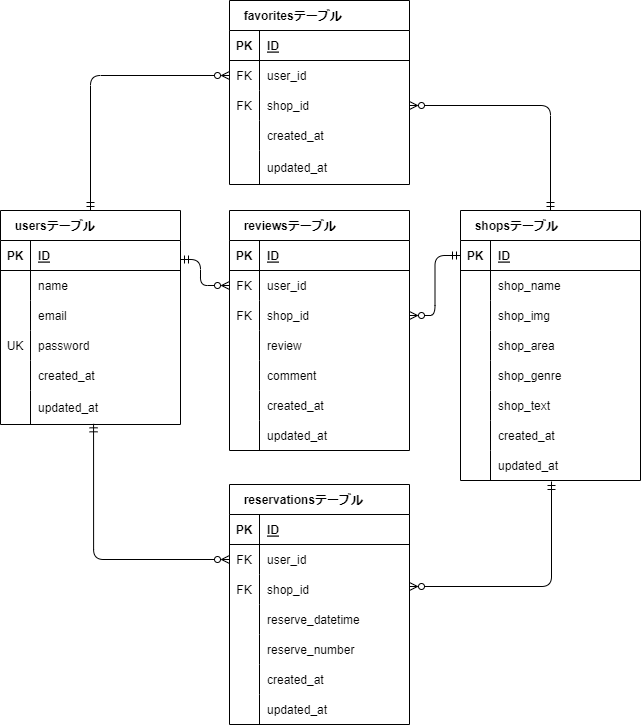
Above: rese.drawio.png in tmdressage/rese (draw.io), before the change. Source tidied: cells renumbered, new cells last; positions are measured from the earlier drawing's top-left corner, leaving out a move shared by most shapes.
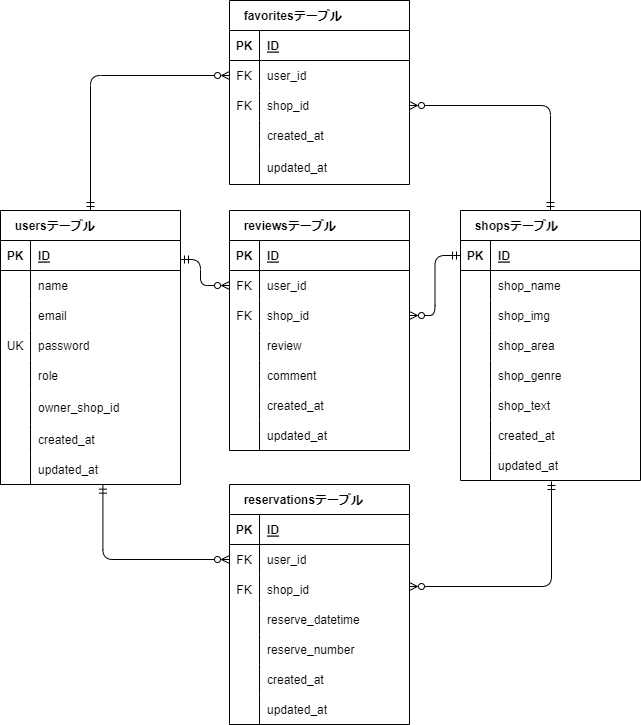
The same file after the commit.

Change to the diagram source:
```diff
@@ -3,7 +3,7 @@
     <mxCell id="0" />
     <mxCell id="1" parent="0" />
     <mxCell id="2" value="  usersテーブル" style="shape=table;startSize=30;rowLines=0;fontStyle=1;align=left;fillColor=none;spacingLeft=6;rotation=0;rounded=0;" parent="1" vertex="1">
-      <mxGeometry y="210" width="180" height="214" as="geometry" />
+      <mxGeometry y="210" width="180" height="274" as="geometry" />
     </mxCell>
     <mxCell id="3" style="shape=tableRow;horizontal=0;startSize=0;swimlaneHead=0;swimlaneBody=0;fillColor=none;top=0;left=0;right=0;bottom=1;rounded=0;" parent="2" vertex="1">
       <mxGeometry y="30" width="180" height="30" as="geometry" />
@@ -47,7 +47,7 @@
     <mxCell id="16" style="shape=partialRectangle;fillColor=none;top=0;left=0;bottom=0;right=0;overflow=hidden;rounded=0;" parent="15" vertex="1">
       <mxGeometry width="30" height="30" as="geometry" />
     </mxCell>
-    <mxCell id="17" value="created_at" style="shape=partialRectangle;fillColor=none;top=0;left=0;bottom=0;right=0;align=left;spacingLeft=6;overflow=hidden;rounded=0;" parent="15" vertex="1">
+    <mxCell id="17" value="role" style="shape=partialRectangle;fillColor=none;top=0;left=0;bottom=0;right=0;align=left;spacingLeft=6;overflow=hidden;rounded=0;" parent="15" vertex="1">
       <mxGeometry x="30" width="150" height="30" as="geometry" />
     </mxCell>
     <mxCell id="18" style="shape=tableRow;horizontal=0;startSize=0;swimlaneHead=0;swimlaneBody=0;fillColor=none;points=[[0,0.5],[1,0.5]];portConstraint=eastwest;top=0;left=0;right=0;bottom=0;rounded=0;" parent="2" vertex="1">
@@ -56,9 +56,27 @@
     <mxCell id="19" style="shape=partialRectangle;fillColor=none;top=0;left=0;bottom=0;right=0;overflow=hidden;rounded=0;" parent="18" vertex="1">
       <mxGeometry width="30" height="34" as="geometry" />
     </mxCell>
-    <mxCell id="20" value="updated_at" style="shape=partialRectangle;fillColor=none;top=0;left=0;bottom=0;right=0;align=left;spacingLeft=6;overflow=hidden;rounded=0;" parent="18" vertex="1">
+    <mxCell id="20" value="owner_shop_id" style="shape=partialRectangle;fillColor=none;top=0;left=0;bottom=0;right=0;align=left;spacingLeft=6;overflow=hidden;rounded=0;" parent="18" vertex="1">
       <mxGeometry x="30" width="150" height="34" as="geometry" />
     </mxCell>
+    <mxCell id="112" style="shape=tableRow;horizontal=0;startSize=0;swimlaneHead=0;swimlaneBody=0;fillColor=none;top=0;left=0;right=0;bottom=0;rounded=0;" parent="2" vertex="1">
+      <mxGeometry y="214" width="180" height="30" as="geometry" />
+    </mxCell>
+    <mxCell id="113" style="shape=partialRectangle;fillColor=none;top=0;left=0;bottom=0;right=0;overflow=hidden;rounded=0;" parent="112" vertex="1">
+      <mxGeometry width="30" height="30" as="geometry" />
+    </mxCell>
+    <mxCell id="114" value="created_at" style="shape=partialRectangle;fillColor=none;top=0;left=0;bottom=0;right=0;align=left;spacingLeft=6;overflow=hidden;rounded=0;" parent="112" vertex="1">
+      <mxGeometry x="30" width="150" height="30" as="geometry" />
+    </mxCell>
+    <mxCell id="115" style="shape=tableRow;horizontal=0;startSize=0;swimlaneHead=0;swimlaneBody=0;fillColor=none;points=[[0,0.5],[1,0.5]];portConstraint=eastwest;top=0;left=0;right=0;bottom=0;rounded=0;" parent="2" vertex="1">
+      <mxGeometry y="244" width="180" height="30" as="geometry" />
+    </mxCell>
+    <mxCell id="116" style="shape=partialRectangle;fillColor=none;top=0;left=0;bottom=0;right=0;overflow=hidden;rounded=0;" parent="115" vertex="1">
+      <mxGeometry width="30" height="30" as="geometry" />
+    </mxCell>
+    <mxCell id="117" value="updated_at" style="shape=partialRectangle;fillColor=none;top=0;left=0;bottom=0;right=0;align=left;spacingLeft=6;overflow=hidden;rounded=0;" parent="115" vertex="1">
+      <mxGeometry x="30" width="150" height="30" as="geometry" />
+    </mxCell>
     <mxCell id="21" value="  reservationsテーブル" style="shape=table;startSize=30;rowLines=0;fontStyle=1;align=left;fillColor=none;spacingLeft=6;rotation=0;rounded=0;" parent="1" vertex="1">
       <mxGeometry x="229" y="484" width="180" height="240" as="geometry" />
     </mxCell>
@@ -200,7 +218,7 @@
     <mxCell id="67" value="updated_at" style="shape=partialRectangle;fillColor=none;top=0;left=0;bottom=0;right=0;align=left;spacingLeft=6;overflow=hidden;rounded=0;" parent="65" vertex="1">
       <mxGeometry x="30" width="150" height="30" as="geometry" />
     </mxCell>
-    <mxCell id="68" style="fontSize=12;html=1;endArrow=ERzeroToMany;startArrow=ERmandOne;sketch=0;hachureGap=4;jiggle=2;curveFitting=1;fontFamily=Architects Daughter;fontSource=https%3A%2F%2Ffonts.googleapis.com%2Fcss%3Ffamily%3DArchitects%2BDaughter;edgeStyle=orthogonalEdgeStyle;entryX=0;entryY=0.5;entryDx=0;entryDy=0;endFill=0;exitX=0.517;exitY=0.98;exitDx=0;exitDy=0;exitPerimeter=0;" parent="1" edge="1" source="18" target="25">
+    <mxCell id="68" style="fontSize=12;html=1;endArrow=ERzeroToMany;startArrow=ERmandOne;sketch=0;hachureGap=4;jiggle=2;curveFitting=1;fontFamily=Architects Daughter;fontSource=https%3A%2F%2Ffonts.googleapis.com%2Fcss%3Ffamily%3DArchitects%2BDaughter;edgeStyle=orthogonalEdgeStyle;entryX=0;entryY=0.5;entryDx=0;entryDy=0;endFill=0;exitX=0.569;exitY=1.022;exitDx=0;exitDy=0;exitPerimeter=0;" parent="1" edge="1" source="115" target="25">
       <mxGeometry relative="1" as="geometry" />
     </mxCell>
     <mxCell id="69" style="fontSize=12;html=1;endArrow=ERmandOne;startArrow=ERzeroToMany;sketch=0;hachureGap=4;jiggle=2;curveFitting=1;fontFamily=Architects Daughter;fontSource=https%3A%2F%2Ffonts.googleapis.com%2Fcss%3Ffamily%3DArchitects%2BDaughter;startFill=0;endFill=0;exitX=1;exitY=0.5;exitDx=0;exitDy=0;edgeStyle=orthogonalEdgeStyle;" parent="1" edge="1">
```
